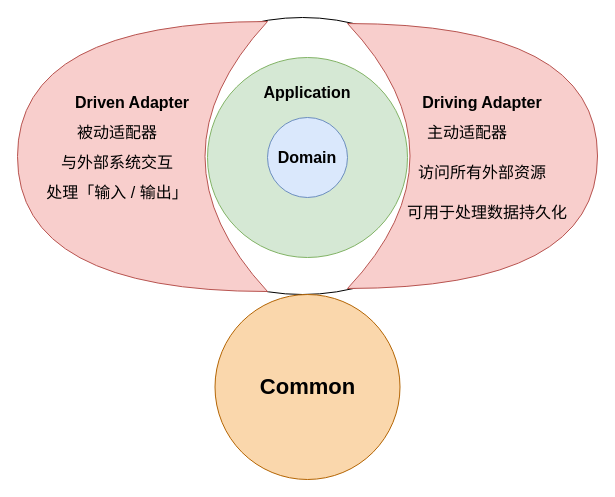
The draw.io diagram page "common层" (6 of 11) of aoe的DrawIO仓库/23/插图.drawio in wyyl1/wyyl1.github.io, before the edit. Source tidied: cells renumbered, new cells numbered last; positions are measured from the earlier drawing's top-left corner, leaving out a move shared by most shapes. Both pictures are drawn from the tidied source at 100%, with x=0, y=0 at pixel (17, 17).
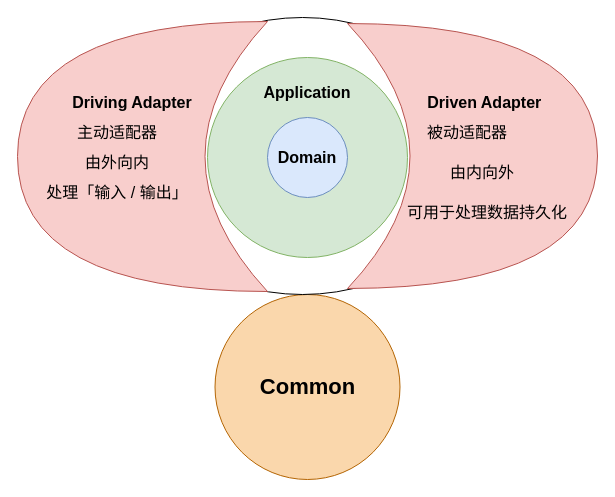
The same page after the edit.

Change to the diagram source:
```diff
@@
 <mxGraphModel>
   <root>
     <mxCell id="0" />
     <mxCell id="1" parent="0" />
-    <mxCell id="2" style="ellipse;whiteSpace=wrap;html=1;shadow=0;" parent="1" vertex="1">
-      <mxGeometry x="110" width="350" height="277" as="geometry" />
-    </mxCell>
+    <mxCell id="16" value="Common" style="ellipse;whiteSpace=wrap;html=1;shadow=0;sketch=0;fillColor=#fad7ac;strokeColor=#b46504;fontStyle=1;fontSize=22;" parent="1" vertex="1">
+      <mxGeometry x="197.5" y="277" width="185" height="185" as="geometry" />
+    </mxCell>
+    <mxCell id="17" style="ellipse;whiteSpace=wrap;html=1;" parent="1" vertex="1">
+      <mxGeometry x="110" width="350" height="277" as="geometry" />
+    </mxCell>
     <mxCell id="3" style="ellipse;whiteSpace=wrap;html=1;shadow=0;fillStyle=auto;fillColor=#d5e8d4;gradientDirection=south;strokeColor=#82b366;rounded=1;" parent="1" vertex="1">
       <mxGeometry x="190" y="40" width="200" height="200" as="geometry" />
     </mxCell>
-    <mxCell id="4" value="Domain" style="ellipse;whiteSpace=wrap;html=1;fillColor=#dae8fc;strokeColor=#6c8ebf;fontStyle=1;fontSize=16;rounded=1;shadow=0;" parent="1" vertex="1">
+    <mxCell id="4" value="Domain" style="ellipse;whiteSpace=wrap;html=1;fillColor=#dae8fc;strokeColor=#6c8ebf;fontStyle=1;fontSize=16;rounded=1;" parent="1" vertex="1">
       <mxGeometry x="250" y="100" width="80" height="80" as="geometry" />
     </mxCell>
-    <mxCell id="5" value="Application" style="text;html=1;strokeColor=none;fillColor=none;align=center;verticalAlign=middle;whiteSpace=wrap;rounded=1;fontColor=none;fontStyle=1;fontSize=16;shadow=0;" parent="1" vertex="1">
+    <mxCell id="5" value="Application" style="text;html=1;strokeColor=none;fillColor=none;align=center;verticalAlign=middle;whiteSpace=wrap;rounded=1;fontColor=none;fontStyle=1;fontSize=16;" parent="1" vertex="1">
       <mxGeometry x="260" y="60" width="60" height="30" as="geometry" />
     </mxCell>
     <mxCell id="6" style="shape=xor;whiteSpace=wrap;html=1;shadow=0;fillStyle=auto;fontSize=16;fillColor=#f8cecc;gradientDirection=south;strokeColor=#b85450;rounded=1;" parent="1" vertex="1">
       <mxGeometry x="330" y="6" width="250" height="265" as="geometry" />
     </mxCell>
     <mxCell id="7" style="shape=xor;whiteSpace=wrap;html=1;shadow=0;fillStyle=auto;fontSize=16;fillColor=#f8cecc;gradientDirection=south;strokeColor=#b85450;rotation=-180;rounded=1;" parent="1" vertex="1">
       <mxGeometry y="4" width="250" height="270" as="geometry" />
     </mxCell>
+    <mxCell id="9" value="Driving Adapter" style="text;html=1;strokeColor=none;fillColor=none;align=center;verticalAlign=middle;whiteSpace=wrap;rounded=1;fontColor=none;fontStyle=1;fontSize=16;" parent="1" vertex="1">
+      <mxGeometry x="50" y="70" width="130" height="30" as="geometry" />
+    </mxCell>
-    <mxCell id="8" value="Driven Adapter" style="text;html=1;strokeColor=none;fillColor=none;align=center;verticalAlign=middle;whiteSpace=wrap;rounded=1;fontColor=none;fontStyle=1;fontSize=16;shadow=0;" parent="1" vertex="1">
-      <mxGeometry x="50" y="70" width="130" height="30" as="geometry" />
+    <mxCell id="8" value="&amp;nbsp;Driven Adapter" style="text;html=1;strokeColor=none;fillColor=none;align=center;verticalAlign=middle;whiteSpace=wrap;rounded=1;fontColor=none;fontStyle=1;fontSize=16;" parent="1" vertex="1">
+      <mxGeometry x="400" y="70" width="130" height="30" as="geometry" />
     </mxCell>
-    <mxCell id="9" value="Driving Adapter" style="text;html=1;strokeColor=none;fillColor=none;align=center;verticalAlign=middle;whiteSpace=wrap;rounded=1;fontColor=none;fontStyle=1;fontSize=16;shadow=0;" parent="1" vertex="1">
-      <mxGeometry x="400" y="70" width="130" height="30" as="geometry" />
-    </mxCell>
+    <mxCell id="11" value="被动适配器" style="text;html=1;strokeColor=none;fillColor=none;align=center;verticalAlign=middle;whiteSpace=wrap;rounded=1;fontSize=16;fontColor=none;" parent="1" vertex="1">
+      <mxGeometry x="400" y="100" width="100" height="30" as="geometry" />
+    </mxCell>
-    <mxCell id="10" value="主动适配器" style="text;html=1;strokeColor=none;fillColor=none;align=center;verticalAlign=middle;whiteSpace=wrap;rounded=1;fontSize=16;fontColor=none;shadow=0;" parent="1" vertex="1">
-      <mxGeometry x="400" y="100" width="100" height="30" as="geometry" />
+    <mxCell id="10" value="主动适配器" style="text;html=1;strokeColor=none;fillColor=none;align=center;verticalAlign=middle;whiteSpace=wrap;rounded=1;fontSize=16;fontColor=none;" parent="1" vertex="1">
+      <mxGeometry x="50" y="100" width="100" height="30" as="geometry" />
     </mxCell>
-    <mxCell id="11" value="被动适配器" style="text;html=1;strokeColor=none;fillColor=none;align=center;verticalAlign=middle;whiteSpace=wrap;rounded=1;fontSize=16;fontColor=none;shadow=0;" parent="1" vertex="1">
-      <mxGeometry x="50" y="100" width="100" height="30" as="geometry" />
-    </mxCell>
-    <mxCell id="12" value="与外部系统交互" style="text;html=1;strokeColor=none;fillColor=none;align=center;verticalAlign=middle;whiteSpace=wrap;rounded=1;fontSize=16;fontColor=none;shadow=0;" parent="1" vertex="1">
-      <mxGeometry x="30" y="130" width="140" height="30" as="geometry" />
-    </mxCell>
+    <mxCell id="18" value="由外向内" style="text;html=1;strokeColor=none;fillColor=none;align=center;verticalAlign=middle;whiteSpace=wrap;rounded=1;fontSize=16;fontColor=none;" parent="1" vertex="1">
+      <mxGeometry x="30" y="130" width="140" height="30" as="geometry" />
+    </mxCell>
-    <mxCell id="13" value="处理「输入 / 输出」" style="text;html=1;strokeColor=none;fillColor=none;align=center;verticalAlign=middle;whiteSpace=wrap;rounded=1;fontSize=16;fontColor=none;shadow=0;" parent="1" vertex="1">
+    <mxCell id="13" value="处理「输入 / 输出」" style="text;html=1;strokeColor=none;fillColor=none;align=center;verticalAlign=middle;whiteSpace=wrap;rounded=1;fontSize=16;fontColor=none;" parent="1" vertex="1">
       <mxGeometry x="15" y="160" width="170" height="30" as="geometry" />
     </mxCell>
-    <mxCell id="14" value="访问所有外部资源" style="text;html=1;strokeColor=none;fillColor=none;align=center;verticalAlign=middle;whiteSpace=wrap;rounded=1;fontSize=16;fontColor=none;shadow=0;" parent="1" vertex="1">
-      <mxGeometry x="395" y="140" width="140" height="30" as="geometry" />
-    </mxCell>
+    <mxCell id="19" value="由内向外" style="text;html=1;strokeColor=none;fillColor=none;align=center;verticalAlign=middle;whiteSpace=wrap;rounded=1;fontSize=16;fontColor=none;" parent="1" vertex="1">
+      <mxGeometry x="395" y="140" width="140" height="30" as="geometry" />
+    </mxCell>
-    <mxCell id="15" value="可用于处理数据持久化" style="text;html=1;strokeColor=none;fillColor=none;align=center;verticalAlign=middle;whiteSpace=wrap;rounded=1;fontSize=16;fontColor=none;shadow=0;" parent="1" vertex="1">
+    <mxCell id="15" value="可用于处理数据持久化" style="text;html=1;strokeColor=none;fillColor=none;align=center;verticalAlign=middle;whiteSpace=wrap;rounded=1;fontSize=16;fontColor=none;" parent="1" vertex="1">
       <mxGeometry x="380" y="180" width="180" height="30" as="geometry" />
     </mxCell>
-    <mxCell id="16" value="Common" style="ellipse;whiteSpace=wrap;html=1;shadow=0;sketch=0;fillColor=#fad7ac;strokeColor=#b46504;fontStyle=1;fontSize=22;" parent="1" vertex="1">
-      <mxGeometry x="197.5" y="277" width="185" height="185" as="geometry" />
-    </mxCell>
   </root>
 </mxGraphModel>
```
